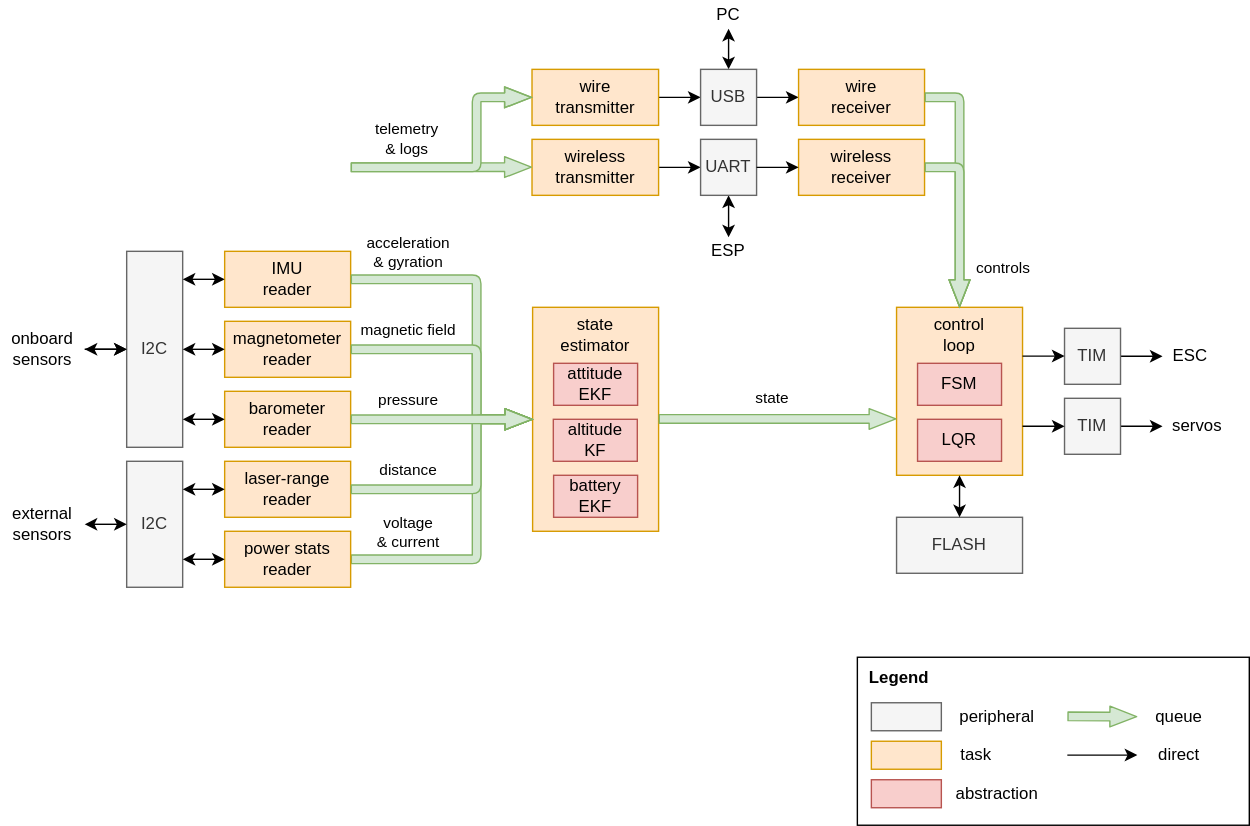
Above: docs/program_architecture.drawio.svg in Eryk-Mozdzen/uav-tvc-goose (draw.io), before the change. Source tidied: cells renumbered, new cells last; positions are measured from the earlier drawing's top-left corner, leaving out a move shared by most shapes.
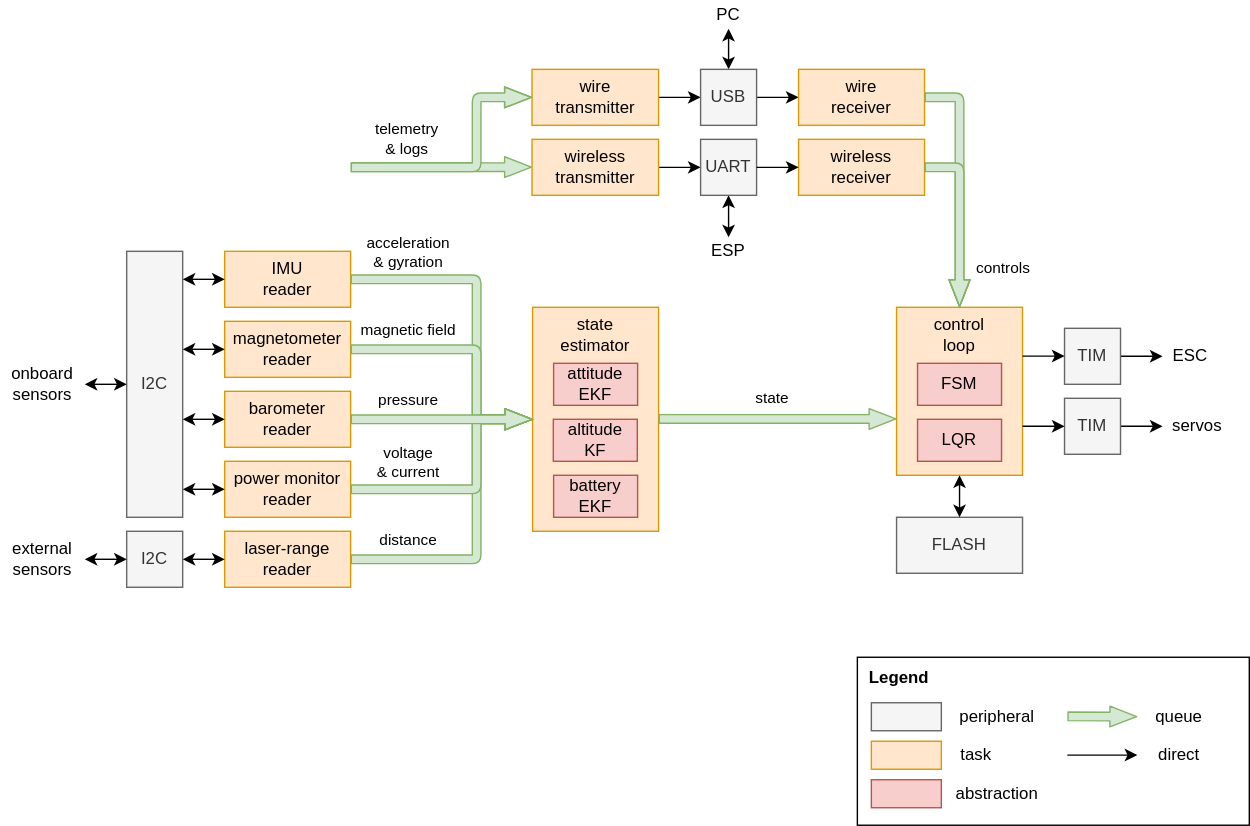
After the change.

The edit, as a diff of the source:
```diff
@@ -15,7 +15,7 @@
       <mxGeometry x="160" y="279" width="90" height="40" as="geometry" />
     </mxCell>
     <mxCell id="6" value="I2C" style="rounded=0;whiteSpace=wrap;html=1;fillColor=#f5f5f5;strokeColor=#666666;fontColor=#333333;" parent="1" vertex="1">
-      <mxGeometry x="90" y="179" width="40" height="140" as="geometry" />
+      <mxGeometry x="90" y="179" width="40" height="190" as="geometry" />
     </mxCell>
     <mxCell id="7" style="endArrow=classic;startArrow=classic;html=1;exitX=0;exitY=0.5;exitDx=0;exitDy=0;" parent="1" edge="1" source="3">
       <mxGeometry relative="1" as="geometry">
@@ -51,11 +51,8 @@
     <mxCell id="13" value="ESP" style="text;html=1;strokeColor=none;fillColor=none;align=center;verticalAlign=middle;whiteSpace=wrap;rounded=0;fontColor=#000000;" parent="1" vertex="1">
       <mxGeometry x="500" y="169" width="40" height="20" as="geometry" />
     </mxCell>
-    <mxCell id="14" style="edgeStyle=none;html=1;" parent="1" edge="1" source="15" target="6">
-      <mxGeometry relative="1" as="geometry" />
-    </mxCell>
     <mxCell id="15" value="onboard&lt;br&gt;sensors" style="text;html=1;strokeColor=none;fillColor=none;align=center;verticalAlign=middle;whiteSpace=wrap;rounded=0;fontColor=#000000;" parent="1" vertex="1">
-      <mxGeometry y="234" width="60" height="30" as="geometry" />
+      <mxGeometry y="259" width="60" height="30" as="geometry" />
     </mxCell>
     <mxCell id="16" style="endArrow=classic;startArrow=classic;html=1;entryX=0;entryY=0.5;entryDx=0;entryDy=0;exitX=1;exitY=0.5;exitDx=0;exitDy=0;" parent="1" edge="1" source="15" target="6">
       <mxGeometry relative="1" as="geometry" />
@@ -111,7 +108,7 @@
     </mxCell>
     <mxCell id="30" value="voltage&lt;br&gt;&amp;amp; current" style="edgeLabel;html=1;align=center;verticalAlign=middle;" parent="29" vertex="1">
       <mxGeometry x="0.17" relative="1" as="geometry">
-        <mxPoint x="-50" y="24" as="offset" />
+        <mxPoint x="-50" y="-26" as="offset" />
       </mxGeometry>
     </mxCell>
     <mxCell id="31" style="shape=flexArrow;endArrow=classic;html=1;width=6.153846153846153;endSize=6.026923076923077;endWidth=7.633136094674557;fillColor=#d5e8d4;strokeColor=#82b366;" parent="1" edge="1">
@@ -174,13 +171,13 @@
       <mxGeometry relative="1" as="geometry" />
     </mxCell>
     <mxCell id="47" value="I2C" style="rounded=0;whiteSpace=wrap;html=1;fillColor=#f5f5f5;strokeColor=#666666;fontColor=#333333;" parent="1" vertex="1">
-      <mxGeometry x="90" y="329" width="40" height="90" as="geometry" />
+      <mxGeometry x="90" y="379" width="40" height="40" as="geometry" />
     </mxCell>
-    <mxCell id="48" value="laser-range&lt;br&gt;reader" style="rounded=0;whiteSpace=wrap;html=1;fillColor=#ffe6cc;strokeColor=#d79b00;" parent="1" vertex="1">
+    <mxCell id="48" value="power monitor&lt;br style=&quot;border-color: var(--border-color);&quot;&gt;reader" style="rounded=0;whiteSpace=wrap;html=1;fillColor=#ffe6cc;strokeColor=#d79b00;" parent="1" vertex="1">
       <mxGeometry x="160" y="329" width="90" height="40" as="geometry" />
     </mxCell>
     <mxCell id="49" value="external&lt;br&gt;sensors" style="text;html=1;strokeColor=none;fillColor=none;align=center;verticalAlign=middle;whiteSpace=wrap;rounded=0;fontColor=#000000;" parent="1" vertex="1">
-      <mxGeometry y="359" width="60" height="30" as="geometry" />
+      <mxGeometry y="384" width="60" height="30" as="geometry" />
     </mxCell>
     <mxCell id="50" style="endArrow=classic;startArrow=classic;html=1;entryX=0;entryY=0.5;entryDx=0;entryDy=0;exitX=1;exitY=0.5;exitDx=0;exitDy=0;" parent="1" edge="1" source="49" target="47">
       <mxGeometry relative="1" as="geometry" />
@@ -206,7 +203,7 @@
     <mxCell id="57" style="endArrow=classic;html=1;exitX=1;exitY=0.5;exitDx=0;exitDy=0;entryX=0;entryY=0.5;entryDx=0;entryDy=0;" parent="1" edge="1" source="56" target="53">
       <mxGeometry relative="1" as="geometry" />
     </mxCell>
-    <mxCell id="58" value="power stats&lt;br&gt;reader" style="rounded=0;whiteSpace=wrap;html=1;fillColor=#ffe6cc;strokeColor=#d79b00;" parent="1" vertex="1">
+    <mxCell id="58" value="laser-range&lt;br style=&quot;border-color: var(--border-color);&quot;&gt;reader" style="rounded=0;whiteSpace=wrap;html=1;fillColor=#ffe6cc;strokeColor=#d79b00;" parent="1" vertex="1">
       <mxGeometry x="160" y="379" width="90" height="40" as="geometry" />
     </mxCell>
     <mxCell id="59" style="shape=flexArrow;endArrow=classic;html=1;width=6.153846153846153;endSize=6.026923076923077;endWidth=7.633136094674557;fillColor=#d5e8d4;strokeColor=#82b366;" parent="1" edge="1">
@@ -310,7 +307,7 @@
     </mxCell>
     <mxCell id="79" value="distance" style="edgeLabel;html=1;align=center;verticalAlign=middle;" parent="78" vertex="1">
       <mxGeometry x="0.17" relative="1" as="geometry">
-        <mxPoint x="-50" as="offset" />
+        <mxPoint x="-50" y="50" as="offset" />
       </mxGeometry>
     </mxCell>
     <mxCell id="80" style="shape=flexArrow;endArrow=classic;html=1;exitX=1;exitY=0.5;exitDx=0;exitDy=0;width=6.153846153846153;endSize=6.026923076923077;endWidth=7.633136094674557;fillColor=#d5e8d4;strokeColor=#82b366;entryX=0;entryY=0.5;entryDx=0;entryDy=0;" parent="1" edge="1" source="5" target="2">
```
